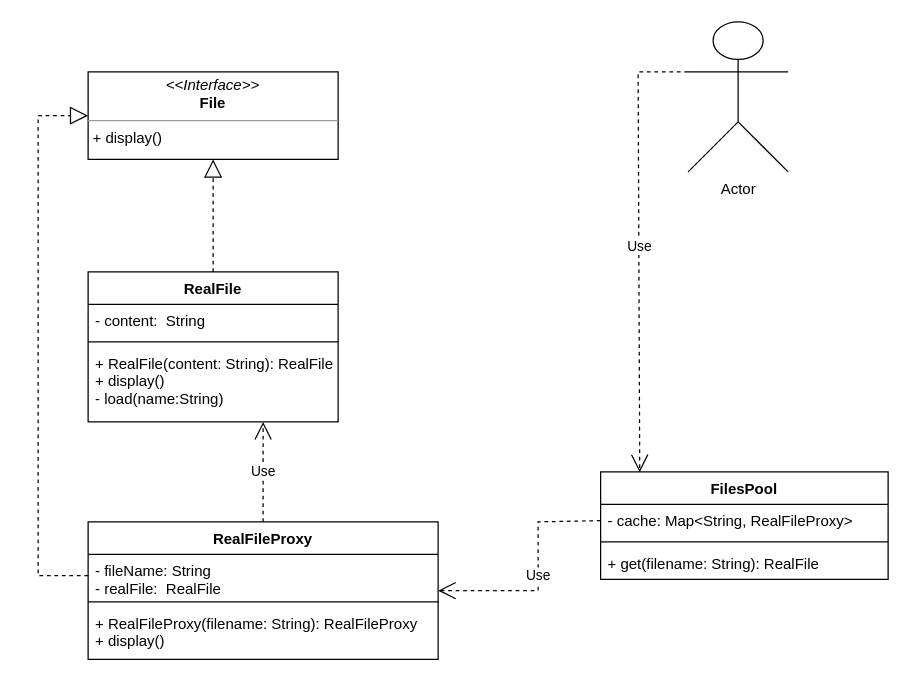
SichniyAndriy/Avada_Task-5_Patterns keeps this draw.io diagram as src/structural/proxy/proxy.drawio. Above is the earlier version. Source tidied: cells renumbered, new cells numbered last; positions are measured from the earlier drawing's top-left corner, leaving out a move shared by most shapes. Both pictures are drawn from the tidied source at 125%, with x=0, y=0 at pixel (38, 21).
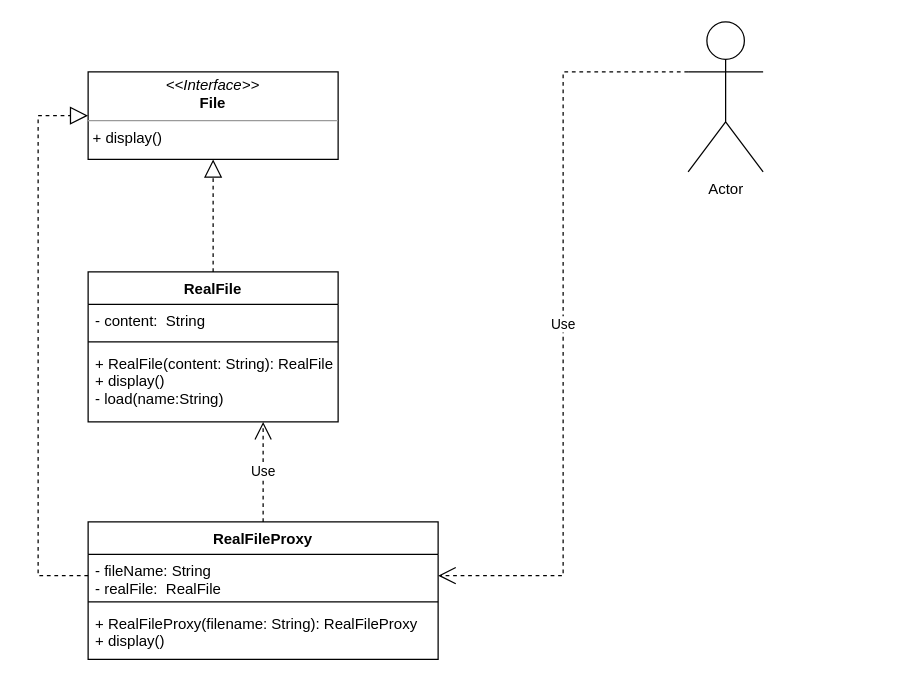
The same diagram, later.

Commit message:
fix proxy diagram

Unchanged cells that the change refers to:
```xml
<mxCell id="8" value="RealFileProxy" style="swimlane;fontStyle=1;align=center;verticalAlign=top;horizontal=1;startSize=26;" parent="1" vertex="1">
  <mxGeometry x="40" y="400" width="280" height="110" as="geometry" />
</mxCell>
<mxCell id="9" value="- fileName: String&#10;- realFile:  RealFile" style="text;strokeColor=none;fillColor=none;align=left;verticalAlign=top;spacingLeft=4;spacingRight=4;overflow=hidden;points=[[0,0.5],[1,0.5]];portConstraint=eastwest;" parent="8" vertex="1">
  <mxGeometry y="26" width="280" height="34" as="geometry" />
</mxCell>
```

Diff of the diagram source:
```diff
@@
     <mxCell id="13" value="Actor" style="shape=umlActor;verticalLabelPosition=bottom;verticalAlign=top;html=1;outlineConnect=0;" parent="1" vertex="1">
-      <mxGeometry x="520" width="80" height="120" as="geometry" />
+      <mxGeometry x="520" width="60" height="120" as="geometry" />
     </mxCell>
-    <mxCell id="14" value="FilesPool" style="swimlane;fontStyle=1;align=center;verticalAlign=top;horizontal=1;startSize=26;" parent="1" vertex="1">
-      <mxGeometry x="450" y="360" width="230" height="86" as="geometry" />
-    </mxCell>
-    <mxCell id="15" value="- cache: Map&lt;String, RealFileProxy&gt;" style="text;strokeColor=none;fillColor=none;align=left;verticalAlign=top;spacingLeft=4;spacingRight=4;overflow=hidden;points=[[0,0.5],[1,0.5]];portConstraint=eastwest;" parent="14" vertex="1">
-      <mxGeometry y="26" width="230" height="26" as="geometry" />
-    </mxCell>
-    <mxCell id="16" style="line;strokeWidth=1;fillColor=none;align=left;verticalAlign=middle;spacingTop=-1;spacingLeft=3;spacingRight=3;labelPosition=right;strokeColor=inherit;" parent="14" vertex="1">
-      <mxGeometry y="52" width="230" height="8" as="geometry" />
-    </mxCell>
-    <mxCell id="17" value="+ get(filename: String): RealFile" style="text;strokeColor=none;fillColor=none;align=left;verticalAlign=top;spacingLeft=4;spacingRight=4;overflow=hidden;" parent="14" vertex="1">
-      <mxGeometry y="60" width="230" height="26" as="geometry" />
-    </mxCell>
-    <mxCell id="18" value="Use" style="endArrow=open;endSize=12;dashed=1;html=1;rounded=0;exitX=0;exitY=0.3333333333333333;exitDx=0;exitDy=0;exitPerimeter=0;entryX=0.136;entryY=0.004;entryDx=0;entryDy=0;entryPerimeter=0;" parent="1" edge="1" source="13" target="14">
+    <mxCell id="18" value="Use" style="endArrow=open;endSize=12;dashed=1;html=1;rounded=0;exitX=0;exitY=0.3333333333333333;exitDx=0;exitDy=0;exitPerimeter=0;entryX=1;entryY=0.5;entryDx=0;entryDy=0;" parent="1" edge="1" source="13" target="9">
       <mxGeometry relative="1" as="geometry">
         <Array as="points">
-          <mxPoint x="480" y="40" />
+          <mxPoint x="420" y="40" />
+          <mxPoint x="420" y="443" />
         </Array>
       </mxGeometry>
     </mxCell>
-    <mxCell id="19" value="Use" style="endArrow=open;endSize=12;dashed=1;html=1;rounded=0;exitX=0;exitY=0.5;exitDx=0;exitDy=0;entryX=1;entryY=0.5;entryDx=0;entryDy=0;" parent="1" edge="1" source="15" target="8">
-      <mxGeometry relative="1" as="geometry">
-        <Array as="points">
-          <mxPoint x="400" y="400" />
-          <mxPoint x="400" y="455" />
-        </Array>
-      </mxGeometry>
-    </mxCell>
```
